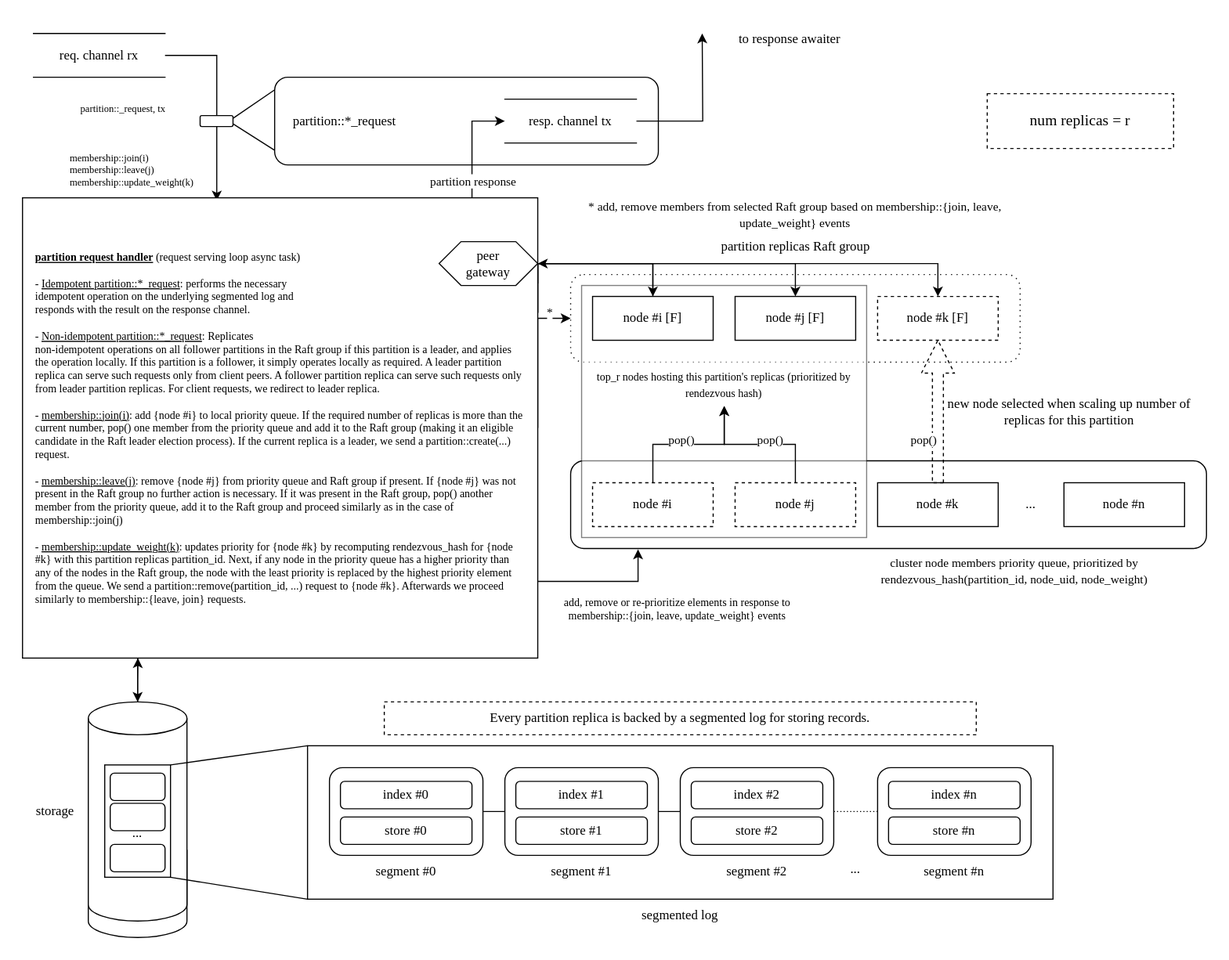
Earlier version of the draw.io export assets/diagrams/laminarmq-partition-control-flow-and-replication.svg (arindas/laminarmq). Source tidied: cells renumbered, new cells last; positions are measured from the earlier drawing's top-left corner, leaving out a move shared by most shapes.
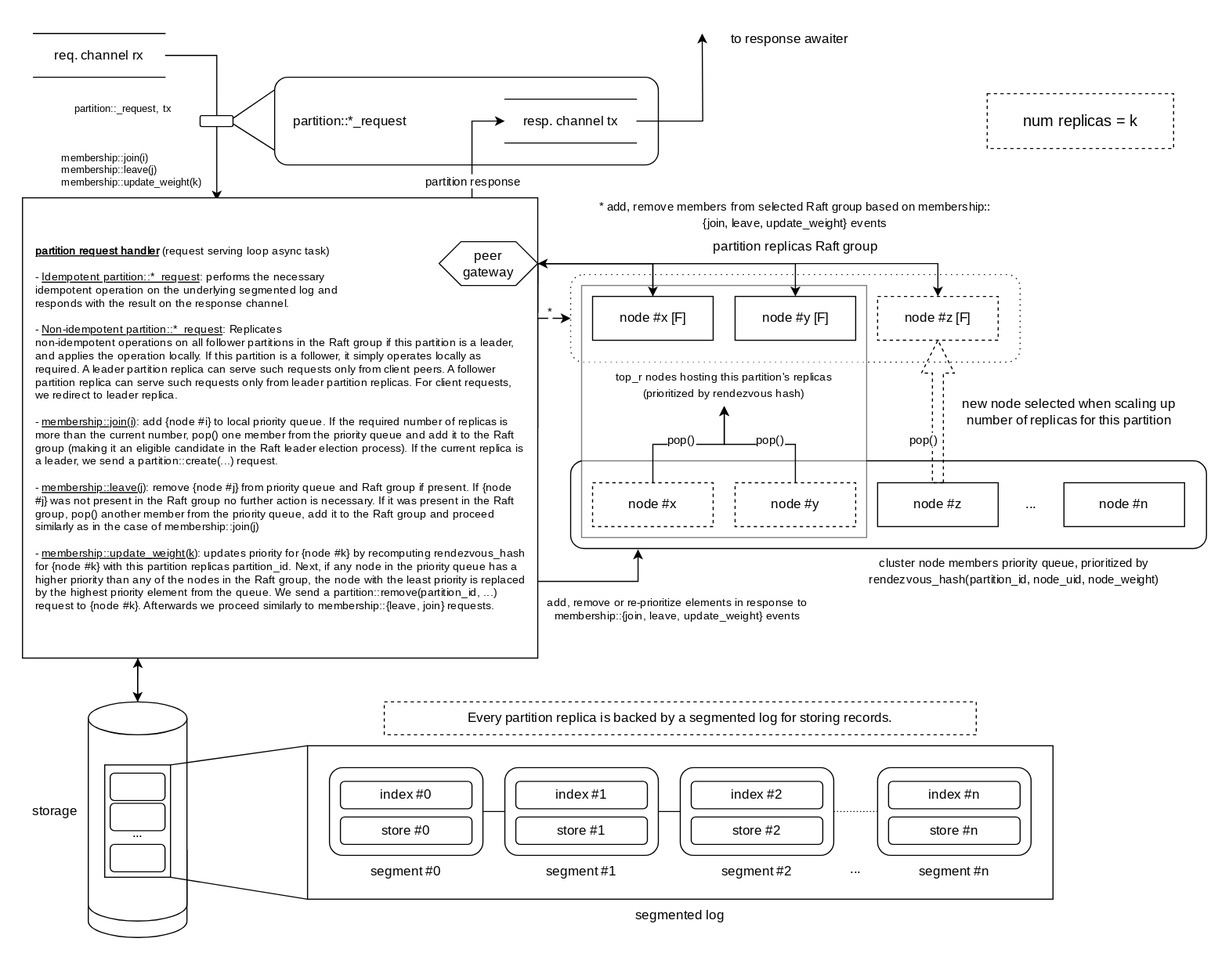
After the commit.

Commit message:
fix: embed fonts; correct num replicas symbol

Change to the diagram source:
```diff
@@ -105,7 +105,7 @@
         <mxPoint x="6" y="-2" as="offset" />
       </mxGeometry>
     </mxCell>
-    <mxCell id="24" value="node #i" style="rounded=0;whiteSpace=wrap;html=1;fontFamily=JetBrains Mono;fontSource=https%3A%2F%2Ffonts.googleapis.com%2Fcss%3Ffamily%3DJetBrains%2BMono;dashed=1;" parent="1" vertex="1">
+    <mxCell id="24" value="node #x" style="rounded=0;whiteSpace=wrap;html=1;fontFamily=JetBrains Mono;fontSource=https%3A%2F%2Ffonts.googleapis.com%2Fcss%3Ffamily%3DJetBrains%2BMono;dashed=1;" parent="1" vertex="1">
       <mxGeometry x="520" y="420" width="110" height="40" as="geometry" />
     </mxCell>
     <mxCell id="25" style="edgeStyle=orthogonalEdgeStyle;rounded=0;jettySize=auto;html=1;fontFamily=JetBrains Mono;fontSource=https%3A%2F%2Ffonts.googleapis.com%2Fcss%3Ffamily%3DJetBrains%2BMono;" parent="1" edge="1" source="27" target="65">
@@ -116,10 +116,10 @@
         <mxPoint y="-5" as="offset" />
       </mxGeometry>
     </mxCell>
-    <mxCell id="27" value="node #j" style="rounded=0;whiteSpace=wrap;html=1;fontFamily=JetBrains Mono;fontSource=https%3A%2F%2Ffonts.googleapis.com%2Fcss%3Ffamily%3DJetBrains%2BMono;dashed=1;" parent="1" vertex="1">
+    <mxCell id="27" value="node #y" style="rounded=0;whiteSpace=wrap;html=1;fontFamily=JetBrains Mono;fontSource=https%3A%2F%2Ffonts.googleapis.com%2Fcss%3Ffamily%3DJetBrains%2BMono;dashed=1;" parent="1" vertex="1">
       <mxGeometry x="650" y="420" width="110" height="40" as="geometry" />
     </mxCell>
-    <mxCell id="28" value="node #k" style="rounded=0;whiteSpace=wrap;html=1;fontFamily=JetBrains Mono;fontSource=https%3A%2F%2Ffonts.googleapis.com%2Fcss%3Ffamily%3DJetBrains%2BMono;" parent="1" vertex="1">
+    <mxCell id="28" value="node #z" style="rounded=0;whiteSpace=wrap;html=1;fontFamily=JetBrains Mono;fontSource=https%3A%2F%2Ffonts.googleapis.com%2Fcss%3Ffamily%3DJetBrains%2BMono;" parent="1" vertex="1">
       <mxGeometry x="780" y="420" width="110" height="40" as="geometry" />
     </mxCell>
     <mxCell id="29" value="node #n" style="rounded=0;whiteSpace=wrap;html=1;fontFamily=JetBrains Mono;fontSource=https%3A%2F%2Ffonts.googleapis.com%2Fcss%3Ffamily%3DJetBrains%2BMono;" parent="1" vertex="1">
@@ -136,10 +136,10 @@
         </Array>
       </mxGeometry>
     </mxCell>
-    <mxCell id="32" value="node #i [F]" style="rounded=0;whiteSpace=wrap;html=1;fontFamily=JetBrains Mono;fontSource=https%3A%2F%2Ffonts.googleapis.com%2Fcss%3Ffamily%3DJetBrains%2BMono;" parent="1" vertex="1">
+    <mxCell id="32" value="node #x [F]" style="rounded=0;whiteSpace=wrap;html=1;fontFamily=JetBrains Mono;fontSource=https%3A%2F%2Ffonts.googleapis.com%2Fcss%3Ffamily%3DJetBrains%2BMono;" parent="1" vertex="1">
       <mxGeometry x="520" y="250" width="110" height="40" as="geometry" />
     </mxCell>
-    <mxCell id="33" value="node #j [F]" style="rounded=0;whiteSpace=wrap;html=1;fontFamily=JetBrains Mono;fontSource=https%3A%2F%2Ffonts.googleapis.com%2Fcss%3Ffamily%3DJetBrains%2BMono;" parent="1" vertex="1">
+    <mxCell id="33" value="node #y [F]" style="rounded=0;whiteSpace=wrap;html=1;fontFamily=JetBrains Mono;fontSource=https%3A%2F%2Ffonts.googleapis.com%2Fcss%3Ffamily%3DJetBrains%2BMono;" parent="1" vertex="1">
       <mxGeometry x="650" y="250" width="110" height="40" as="geometry" />
     </mxCell>
     <mxCell id="34" style="edgeStyle=orthogonalEdgeStyle;rounded=0;jettySize=auto;html=1;exitX=0.5;exitY=0;exitDx=0;exitDy=0;exitPerimeter=0;entryX=0.224;entryY=1;entryDx=0;entryDy=0;entryPerimeter=0;fontFamily=JetBrains Mono;fontSource=https%3A%2F%2Ffonts.googleapis.com%2Fcss%3Ffamily%3DJetBrains%2BMono;" parent="1" edge="1" source="35" target="21">
@@ -148,7 +148,7 @@
     <mxCell id="35" style="shape=cylinder3;whiteSpace=wrap;html=1;boundedLbl=1;backgroundOutline=1;size=15;fontFamily=JetBrains Mono;fontSource=https%3A%2F%2Ffonts.googleapis.com%2Fcss%3Ffamily%3DJetBrains%2BMono;" parent="1" vertex="1">
       <mxGeometry x="60" y="620" width="90" height="200" as="geometry" />
     </mxCell>
-    <mxCell id="36" value="node #k [F]" style="rounded=0;whiteSpace=wrap;html=1;dashed=1;fontFamily=JetBrains Mono;fontSource=https%3A%2F%2Ffonts.googleapis.com%2Fcss%3Ffamily%3DJetBrains%2BMono;" parent="1" vertex="1">
+    <mxCell id="36" value="node #z [F]" style="rounded=0;whiteSpace=wrap;html=1;dashed=1;fontFamily=JetBrains Mono;fontSource=https%3A%2F%2Ffonts.googleapis.com%2Fcss%3Ffamily%3DJetBrains%2BMono;" parent="1" vertex="1">
       <mxGeometry x="780" y="250" width="110" height="40" as="geometry" />
     </mxCell>
     <mxCell id="37" value="index #0" style="rounded=1;whiteSpace=wrap;html=1;fontFamily=JetBrains Mono;fontSource=https%3A%2F%2Ffonts.googleapis.com%2Fcss%3Ffamily%3DJetBrains%2BMono;" parent="1" vertex="1">
@@ -282,7 +282,7 @@
         <mxPoint x="-14" y="1" as="offset" />
       </mxGeometry>
     </mxCell>
-    <mxCell id="77" value="&lt;font style=&quot;font-size: 14px;&quot;&gt;num replicas = r&lt;/font&gt;" style="rounded=0;whiteSpace=wrap;html=1;dashed=1;fontFamily=JetBrains Mono;fontSource=https%3A%2F%2Ffonts.googleapis.com%2Fcss%3Ffamily%3DJetBrains%2BMono;" parent="1" vertex="1">
+    <mxCell id="77" value="&lt;font style=&quot;font-size: 14px;&quot;&gt;num replicas = k&lt;br&gt;&lt;/font&gt;" style="rounded=0;whiteSpace=wrap;html=1;dashed=1;fontFamily=JetBrains Mono;fontSource=https%3A%2F%2Ffonts.googleapis.com%2Fcss%3Ffamily%3DJetBrains%2BMono;" parent="1" vertex="1">
       <mxGeometry x="880" y="65" width="170" height="50" as="geometry" />
     </mxCell>
     <mxCell id="78" value="&lt;font&gt;new node selected when scaling up number of replicas for this partition&lt;/font&gt;" style="text;html=1;strokeColor=none;fillColor=none;align=center;verticalAlign=middle;whiteSpace=wrap;rounded=0;fontFamily=JetBrains Mono;fontSource=https%3A%2F%2Ffonts.googleapis.com%2Fcss%3Ffamily%3DJetBrains%2BMono;" parent="1" vertex="1">
```
